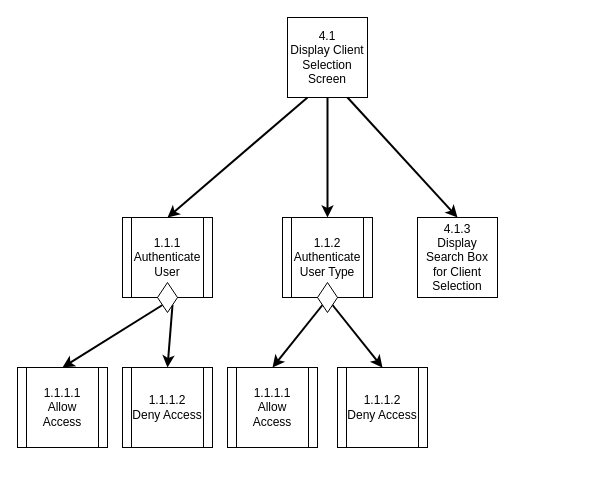
The draw.io diagram page "4.1: Display Client Selection Screen" (1 of 4) of Diagrams/StructureCharts/Proc4UpdateClient.drawio in Harlento/SchedulingSystem, before the edit. Source tidied: cells renumbered, new cells numbered last; positions are measured from the earlier drawing's top-left corner, leaving out a move shared by most shapes. Both pictures are drawn from the tidied source at 100%, with x=0, y=0 at pixel (17, 17).
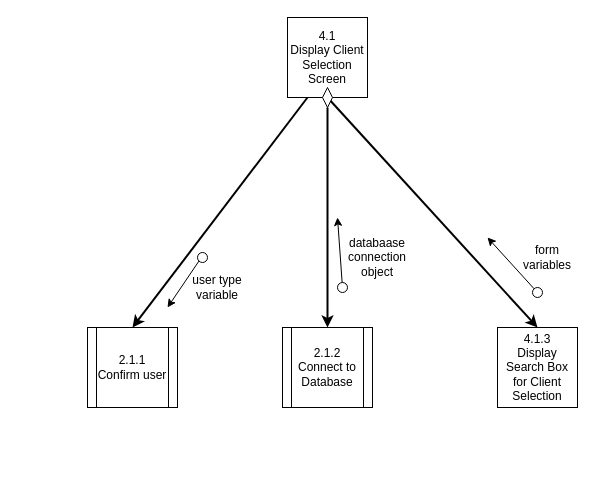
After the change.

Unchanged cells that the change refers to:
```xml
<mxCell id="2" value="4.1&lt;br&gt;Display Client Selection Screen" style="whiteSpace=wrap;html=1;" parent="1" vertex="1">
  <mxGeometry x="270" width="80" height="80" as="geometry" />
</mxCell>
```

Change to the diagram source:
```diff
@@
-    <mxCell id="3" style="endArrow=classic;html=1;" parent="1" edge="1">
-      <mxGeometry relative="1" as="geometry">
-        <mxPoint x="100" y="440" as="sourcePoint" />
-        <mxPoint x="100" y="440" as="targetPoint" />
-      </mxGeometry>
-    </mxCell>
     <mxCell id="4" value="4.1.3&lt;br&gt;Display Search Box for Client Selection" style="whiteSpace=wrap;html=1;" parent="1" vertex="1">
-      <mxGeometry x="400" y="200" width="80" height="80" as="geometry" />
+      <mxGeometry x="480" y="310" width="80" height="80" as="geometry" />
     </mxCell>
-    <mxCell id="5" style="endArrow=classic;html=1;exitX=0;exitY=1;exitDx=0;exitDy=0;entryX=0.5;entryY=0;entryDx=0;entryDy=0;strokeWidth=2;" parent="1" edge="1" source="12" target="11">
-      <mxGeometry relative="1" as="geometry" />
-    </mxCell>
-    <mxCell id="6" style="endArrow=classic;html=1;exitX=0.75;exitY=1;exitDx=0;exitDy=0;strokeWidth=2;entryX=0.5;entryY=0;entryDx=0;entryDy=0;" parent="1" edge="1" source="2" target="4">
+    <mxCell id="6" style="endArrow=classic;html=1;exitX=0.5;exitY=1;exitDx=0;exitDy=0;strokeWidth=2;entryX=0.5;entryY=0;entryDx=0;entryDy=0;" parent="1" edge="1" source="2" target="4">
       <mxGeometry relative="1" as="geometry" />
     </mxCell>
-    <mxCell id="7" style="endArrow=classic;html=1;exitX=0.25;exitY=1;exitDx=0;exitDy=0;entryX=0.5;entryY=0;entryDx=0;entryDy=0;strokeWidth=2;" parent="1" edge="1" source="2" target="9">
-      <mxGeometry relative="1" as="geometry" />
-    </mxCell>
-    <mxCell id="8" style="endArrow=classic;html=1;strokeWidth=2;entryX=0.5;entryY=0;entryDx=0;entryDy=0;exitX=1;exitY=1;exitDx=0;exitDy=0;" parent="1" edge="1" source="12" target="10">
-      <mxGeometry relative="1" as="geometry" />
-    </mxCell>
-    <mxCell id="9" value="&lt;span style=&quot;white-space: normal&quot;&gt;1.1.1&lt;br&gt;&lt;/span&gt;Authenticate User" style="shape=process;whiteSpace=wrap;html=1;backgroundOutline=1;" parent="1" vertex="1">
-      <mxGeometry x="105" y="200" width="90" height="80" as="geometry" />
-    </mxCell>
-    <mxCell id="10" value="1.1.1.2&lt;br&gt;Deny Access" style="shape=process;whiteSpace=wrap;html=1;backgroundOutline=1;" parent="1" vertex="1">
-      <mxGeometry x="105" y="350" width="90" height="80" as="geometry" />
-    </mxCell>
-    <mxCell id="11" value="1.1.1.1&lt;br&gt;Allow Access" style="shape=process;whiteSpace=wrap;html=1;backgroundOutline=1;" parent="1" vertex="1">
-      <mxGeometry y="350" width="90" height="80" as="geometry" />
-    </mxCell>
-    <mxCell id="12" style="rhombus;whiteSpace=wrap;html=1;fillColor=#FFFFFF;" parent="1" vertex="1">
-      <mxGeometry x="140" y="265" width="20" height="30" as="geometry" />
-    </mxCell>
-    <mxCell id="13" style="endArrow=classic;html=1;" parent="1" edge="1">
-      <mxGeometry relative="1" as="geometry">
-        <mxPoint x="320" y="445" as="sourcePoint" />
-        <mxPoint x="320" y="445" as="targetPoint" />
-      </mxGeometry>
-    </mxCell>
-    <mxCell id="14" style="endArrow=classic;html=1;exitX=0;exitY=1;exitDx=0;exitDy=0;strokeWidth=2;entryX=0.5;entryY=0;entryDx=0;entryDy=0;" parent="1" edge="1" source="17" target="19">
-      <mxGeometry relative="1" as="geometry" />
-    </mxCell>
-    <mxCell id="15" style="endArrow=classic;html=1;strokeWidth=2;exitX=1;exitY=1;exitDx=0;exitDy=0;entryX=0.5;entryY=0;entryDx=0;entryDy=0;" parent="1" edge="1" source="17" target="20">
-      <mxGeometry relative="1" as="geometry" />
-    </mxCell>
-    <mxCell id="16" value="&lt;span style=&quot;white-space: normal&quot;&gt;1.1.2&lt;br&gt;&lt;/span&gt;Authenticate User Type" style="shape=process;whiteSpace=wrap;html=1;backgroundOutline=1;" parent="1" vertex="1">
-      <mxGeometry x="265" y="200" width="90" height="80" as="geometry" />
-    </mxCell>
-    <mxCell id="17" style="rhombus;whiteSpace=wrap;html=1;fillColor=#FFFFFF;" parent="1" vertex="1">
-      <mxGeometry x="300" y="265" width="20" height="30" as="geometry" />
-    </mxCell>
-    <mxCell id="18" style="endArrow=classic;html=1;exitX=0.5;exitY=1;exitDx=0;exitDy=0;entryX=0.5;entryY=0;entryDx=0;entryDy=0;strokeWidth=2;" parent="1" edge="1" source="2" target="16">
-      <mxGeometry relative="1" as="geometry" />
-    </mxCell>
-    <mxCell id="19" value="1.1.1.1&lt;br&gt;Allow Access" style="shape=process;whiteSpace=wrap;html=1;backgroundOutline=1;" parent="1" vertex="1">
-      <mxGeometry x="210" y="350" width="90" height="80" as="geometry" />
-    </mxCell>
-    <mxCell id="20" value="1.1.1.2&lt;br&gt;Deny Access" style="shape=process;whiteSpace=wrap;html=1;backgroundOutline=1;" parent="1" vertex="1">
-      <mxGeometry x="320" y="350" width="90" height="80" as="geometry" />
-    </mxCell>
+    <mxCell id="21" value="2.1.2&lt;br&gt;Connect to Database" style="shape=process;whiteSpace=wrap;html=1;backgroundOutline=1;" parent="1" vertex="1">
+      <mxGeometry x="265" y="310" width="90" height="80" as="geometry" />
+    </mxCell>
+    <mxCell id="22" style="endArrow=classic;html=1;strokeWidth=2;entryX=0.5;entryY=0;entryDx=0;entryDy=0;exitX=0.5;exitY=1;exitDx=0;exitDy=0;" parent="1" edge="1" source="34" target="21">
+      <mxGeometry relative="1" as="geometry" />
+    </mxCell>
+    <mxCell id="23" value="2.1.1&lt;br&gt;Confirm user" style="shape=process;whiteSpace=wrap;html=1;backgroundOutline=1;" parent="1" vertex="1">
+      <mxGeometry x="70" y="310" width="90" height="80" as="geometry" />
+    </mxCell>
+    <mxCell id="24" style="endArrow=classic;html=1;strokeWidth=2;entryX=0.5;entryY=0;entryDx=0;entryDy=0;exitX=0.25;exitY=1;exitDx=0;exitDy=0;" parent="1" edge="1" source="2" target="23">
+      <mxGeometry relative="1" as="geometry" />
+    </mxCell>
+    <mxCell id="25" style="endArrow=classic;html=1;exitX=0;exitY=1;exitDx=0;exitDy=0;" parent="1" edge="1" source="26">
+      <mxGeometry relative="1" as="geometry">
+        <mxPoint x="150" y="290" as="targetPoint" />
+      </mxGeometry>
+    </mxCell>
+    <mxCell id="26" style="ellipse;whiteSpace=wrap;html=1;fillColor=#FFFFFF;" parent="1" vertex="1">
+      <mxGeometry x="180" y="235" width="10" height="10" as="geometry" />
+    </mxCell>
+    <mxCell id="27" value="user type variable" style="text;html=1;strokeColor=none;fillColor=none;align=center;verticalAlign=middle;whiteSpace=wrap;rounded=0;" parent="1" vertex="1">
+      <mxGeometry x="170" y="260" width="60" height="20" as="geometry" />
+    </mxCell>
+    <mxCell id="28" style="endArrow=classic;html=1;" parent="1" edge="1" source="29">
+      <mxGeometry relative="1" as="geometry">
+        <mxPoint x="320" y="200" as="targetPoint" />
+      </mxGeometry>
+    </mxCell>
+    <mxCell id="29" style="ellipse;whiteSpace=wrap;html=1;fillColor=#FFFFFF;" parent="1" vertex="1">
+      <mxGeometry x="320" y="265" width="10" height="10" as="geometry" />
+    </mxCell>
+    <mxCell id="30" value="databaase connection object" style="text;html=1;strokeColor=none;fillColor=none;align=center;verticalAlign=middle;whiteSpace=wrap;rounded=0;" parent="1" vertex="1">
+      <mxGeometry x="330" y="230" width="60" height="20" as="geometry" />
+    </mxCell>
+    <mxCell id="31" value="form variables" style="text;html=1;strokeColor=none;fillColor=none;align=center;verticalAlign=middle;whiteSpace=wrap;rounded=0;" parent="1" vertex="1">
+      <mxGeometry x="500" y="230" width="60" height="20" as="geometry" />
+    </mxCell>
+    <mxCell id="32" style="endArrow=classic;html=1;" parent="1" edge="1" source="33">
+      <mxGeometry relative="1" as="geometry">
+        <mxPoint x="470" y="220" as="targetPoint" />
+      </mxGeometry>
+    </mxCell>
+    <mxCell id="33" style="ellipse;whiteSpace=wrap;html=1;fillColor=#FFFFFF;" parent="1" vertex="1">
+      <mxGeometry x="515" y="270" width="10" height="10" as="geometry" />
+    </mxCell>
+    <mxCell id="34" style="rhombus;whiteSpace=wrap;html=1;" parent="1" vertex="1">
+      <mxGeometry x="305" y="70" width="10" height="20" as="geometry" />
+    </mxCell>
```
